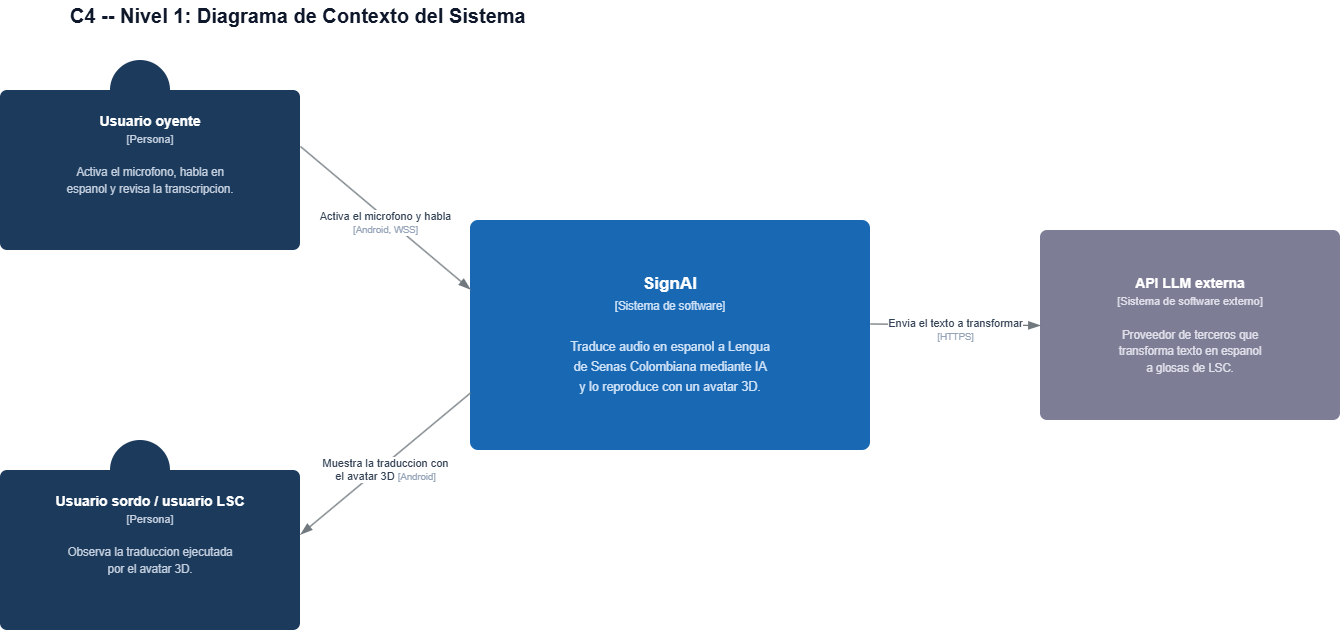
Before: docs/diagrams/sdd-c4-1-contexto.drawio.png, a diagram exported from draw.io (sign-ai-organization/signall-backend). Source tidied: cells renumbered, new cells last; positions are measured from the earlier drawing's top-left corner, leaving out a move shared by most shapes. The source it was exported from:
```xml
<mxGraphModel>
  <root>
    <mxCell id="0" />
    <mxCell id="1" parent="0" />
    <mxCell id="2" value="C4 -- Nivel 1: Diagrama de Contexto del Sistema" style="text;html=1;align=left;verticalAlign=middle;fontSize=20;fontStyle=1;fontColor=#0f172a;fontFamily=Helvetica;" parent="1" vertex="1">
      <mxGeometry x="68" width="700" height="30" as="geometry" />
    </mxCell>
    <mxCell id="3" style="ellipse;whiteSpace=wrap;html=1;fillColor=#1b3a5c;strokeColor=none;" parent="1" vertex="1">
      <mxGeometry x="110" y="60" width="60" height="60" as="geometry" />
    </mxCell>
    <mxCell id="4" value="&lt;b&gt;Usuario oyente&lt;/b&gt;&lt;br&gt;&lt;font style=&quot;font-size:11px;color:#c3cede;&quot;&gt;[Persona]&lt;/font&gt;&lt;br&gt;&lt;br&gt;&lt;font style=&quot;font-size:11.5px;color:#c3cede;&quot;&gt;Activa el microfono, habla en&lt;br&gt;espanol y revisa la transcripcion.&lt;/font&gt;" style="rounded=1;absoluteArcSize=1;arcSize=14;whiteSpace=wrap;html=1;fillColor=#1b3a5c;strokeColor=none;fontColor=#ffffff;align=center;verticalAlign=top;fontSize=14;spacingTop=16;fontFamily=Helvetica;" parent="1" vertex="1">
      <mxGeometry y="90" width="300" height="160" as="geometry" />
    </mxCell>
    <mxCell id="5" style="ellipse;whiteSpace=wrap;html=1;fillColor=#1b3a5c;strokeColor=none;" parent="1" vertex="1">
      <mxGeometry x="110" y="440" width="60" height="60" as="geometry" />
    </mxCell>
    <mxCell id="6" value="&lt;b&gt;Usuario sordo / usuario LSC&lt;/b&gt;&lt;br&gt;&lt;font style=&quot;font-size:11px;color:#c3cede;&quot;&gt;[Persona]&lt;/font&gt;&lt;br&gt;&lt;br&gt;&lt;font style=&quot;font-size:11.5px;color:#c3cede;&quot;&gt;Observa la traduccion ejecutada&lt;br&gt;por el avatar 3D.&lt;/font&gt;" style="rounded=1;absoluteArcSize=1;arcSize=14;whiteSpace=wrap;html=1;fillColor=#1b3a5c;strokeColor=none;fontColor=#ffffff;align=center;verticalAlign=top;fontSize=14;spacingTop=16;fontFamily=Helvetica;" parent="1" vertex="1">
      <mxGeometry y="470" width="300" height="160" as="geometry" />
    </mxCell>
    <mxCell id="7" value="&lt;b&gt;SignAI&lt;/b&gt;&lt;br&gt;&lt;font style=&quot;font-size:11.5px;color:#cfe2f7;&quot;&gt;[Sistema de software]&lt;/font&gt;&lt;br&gt;&lt;br&gt;&lt;font style=&quot;font-size:12.5px;color:#cfe2f7;&quot;&gt;Traduce audio en espanol a Lengua&lt;br&gt;de Senas Colombiana mediante IA&lt;br&gt;y lo reproduce con un avatar 3D.&lt;/font&gt;" style="rounded=1;absoluteArcSize=1;arcSize=16;whiteSpace=wrap;html=1;fillColor=#1868b3;strokeColor=none;fontColor=#ffffff;align=center;verticalAlign=middle;fontSize=17;spacing=8;fontFamily=Helvetica;" parent="1" vertex="1">
      <mxGeometry x="470" y="220" width="400" height="230" as="geometry" />
    </mxCell>
    <mxCell id="8" value="&lt;b&gt;API LLM externa&lt;/b&gt;&lt;br&gt;&lt;font style=&quot;font-size:11px;color:#e0e0ea;&quot;&gt;[Sistema de software externo]&lt;/font&gt;&lt;br&gt;&lt;br&gt;&lt;font style=&quot;font-size:11.5px;color:#e0e0ea;&quot;&gt;Proveedor de terceros que&lt;br&gt;transforma texto en espanol&lt;br&gt;a glosas de LSC.&lt;/font&gt;" style="rounded=1;absoluteArcSize=1;arcSize=14;whiteSpace=wrap;html=1;fillColor=#7d7d96;strokeColor=none;fontColor=#ffffff;align=center;verticalAlign=middle;fontSize=14;spacing=8;fontFamily=Helvetica;" parent="1" vertex="1">
      <mxGeometry x="1040" y="230" width="300" height="190" as="geometry" />
    </mxCell>
    <mxCell id="9" value="Activa el microfono y habla&lt;br&gt;&lt;font style=&quot;font-size:9.5px;color:#94a3b8;&quot;&gt;[Android, WSS]&lt;/font&gt;" style="html=1;endArrow=blockThin;endFill=1;endSize=9;rounded=0;strokeColor=#71797e;strokeWidth=1.3;fontSize=11;fontColor=#334155;align=center;verticalAlign=top;exitX=1;exitY=0.35;exitDx=0;exitDy=0;entryX=0;entryY=0.3;entryDx=0;entryDy=0;" parent="1" edge="1" source="4" target="7">
      <mxGeometry relative="1" as="geometry">
        <mxPoint y="-14" as="offset" />
      </mxGeometry>
    </mxCell>
    <mxCell id="10" value="Muestra la traduccion con&lt;br&gt;el avatar 3D &lt;font style=&quot;font-size:9.5px;color:#94a3b8;&quot;&gt;[Android]&lt;/font&gt;" style="html=1;endArrow=blockThin;endFill=1;endSize=9;rounded=0;strokeColor=#71797e;strokeWidth=1.3;fontSize=11;fontColor=#334155;align=center;verticalAlign=top;exitX=0;exitY=0.75;exitDx=0;exitDy=0;entryX=1;entryY=0.4;entryDx=0;entryDy=0;" parent="1" edge="1" source="7" target="6">
      <mxGeometry relative="1" as="geometry">
        <mxPoint y="-14" as="offset" />
      </mxGeometry>
    </mxCell>
    <mxCell id="11" value="Envia el texto a transformar&lt;br&gt;&lt;font style=&quot;font-size:9.5px;color:#94a3b8;&quot;&gt;[HTTPS]&lt;/font&gt;" style="html=1;endArrow=blockThin;endFill=1;endSize=9;rounded=0;strokeColor=#71797e;strokeWidth=1.3;fontSize=11;fontColor=#334155;align=center;verticalAlign=top;exitX=1;exitY=0.45;exitDx=0;exitDy=0;entryX=0;entryY=0.5;entryDx=0;entryDy=0;" parent="1" edge="1" source="7" target="8">
      <mxGeometry relative="1" as="geometry">
        <mxPoint y="-14" as="offset" />
      </mxGeometry>
    </mxCell>
  </root>
</mxGraphModel>
```
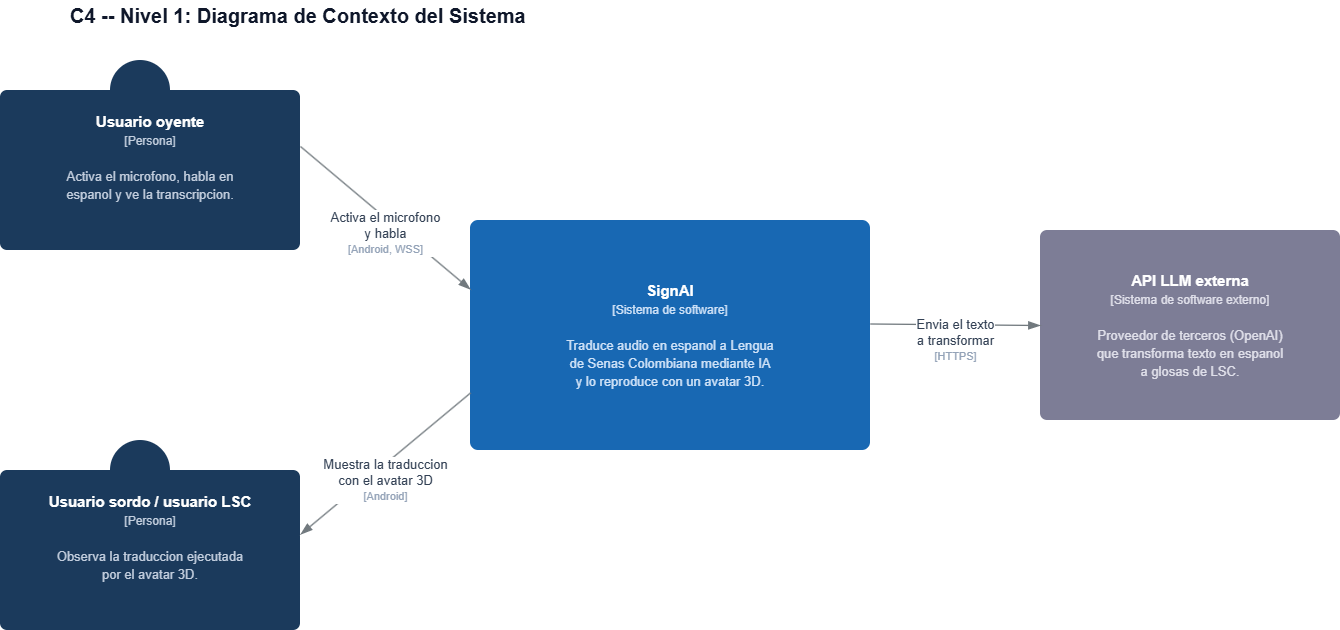
The same diagram one commit later.

What changed in the source:
```diff
@@ -8,32 +8,32 @@
     <mxCell id="3" style="ellipse;whiteSpace=wrap;html=1;fillColor=#1b3a5c;strokeColor=none;" parent="1" vertex="1">
       <mxGeometry x="110" y="60" width="60" height="60" as="geometry" />
     </mxCell>
-    <mxCell id="4" value="&lt;b&gt;Usuario oyente&lt;/b&gt;&lt;br&gt;&lt;font style=&quot;font-size:11px;color:#c3cede;&quot;&gt;[Persona]&lt;/font&gt;&lt;br&gt;&lt;br&gt;&lt;font style=&quot;font-size:11.5px;color:#c3cede;&quot;&gt;Activa el microfono, habla en&lt;br&gt;espanol y revisa la transcripcion.&lt;/font&gt;" style="rounded=1;absoluteArcSize=1;arcSize=14;whiteSpace=wrap;html=1;fillColor=#1b3a5c;strokeColor=none;fontColor=#ffffff;align=center;verticalAlign=top;fontSize=14;spacingTop=16;fontFamily=Helvetica;" parent="1" vertex="1">
+    <mxCell id="4" value="&lt;b&gt;Usuario oyente&lt;/b&gt;&lt;br&gt;&lt;font style=&quot;font-size:12px;color:#c3cede;&quot;&gt;[Persona]&lt;/font&gt;&lt;br&gt;&lt;br&gt;&lt;font style=&quot;font-size:13px;color:#c3cede;&quot;&gt;Activa el microfono, habla en&lt;br&gt;espanol y ve la transcripcion.&lt;/font&gt;" style="rounded=1;absoluteArcSize=1;arcSize=14;whiteSpace=wrap;html=1;fillColor=#1b3a5c;strokeColor=none;fontColor=#ffffff;align=center;verticalAlign=top;fontSize=15;spacingTop=16;fontFamily=Helvetica;" parent="1" vertex="1">
       <mxGeometry y="90" width="300" height="160" as="geometry" />
     </mxCell>
     <mxCell id="5" style="ellipse;whiteSpace=wrap;html=1;fillColor=#1b3a5c;strokeColor=none;" parent="1" vertex="1">
       <mxGeometry x="110" y="440" width="60" height="60" as="geometry" />
     </mxCell>
-    <mxCell id="6" value="&lt;b&gt;Usuario sordo / usuario LSC&lt;/b&gt;&lt;br&gt;&lt;font style=&quot;font-size:11px;color:#c3cede;&quot;&gt;[Persona]&lt;/font&gt;&lt;br&gt;&lt;br&gt;&lt;font style=&quot;font-size:11.5px;color:#c3cede;&quot;&gt;Observa la traduccion ejecutada&lt;br&gt;por el avatar 3D.&lt;/font&gt;" style="rounded=1;absoluteArcSize=1;arcSize=14;whiteSpace=wrap;html=1;fillColor=#1b3a5c;strokeColor=none;fontColor=#ffffff;align=center;verticalAlign=top;fontSize=14;spacingTop=16;fontFamily=Helvetica;" parent="1" vertex="1">
+    <mxCell id="6" value="&lt;b&gt;Usuario sordo / usuario LSC&lt;/b&gt;&lt;br&gt;&lt;font style=&quot;font-size:12px;color:#c3cede;&quot;&gt;[Persona]&lt;/font&gt;&lt;br&gt;&lt;br&gt;&lt;font style=&quot;font-size:13px;color:#c3cede;&quot;&gt;Observa la traduccion ejecutada&lt;br&gt;por el avatar 3D.&lt;/font&gt;" style="rounded=1;absoluteArcSize=1;arcSize=14;whiteSpace=wrap;html=1;fillColor=#1b3a5c;strokeColor=none;fontColor=#ffffff;align=center;verticalAlign=top;fontSize=15;spacingTop=16;fontFamily=Helvetica;" parent="1" vertex="1">
       <mxGeometry y="470" width="300" height="160" as="geometry" />
     </mxCell>
-    <mxCell id="7" value="&lt;b&gt;SignAI&lt;/b&gt;&lt;br&gt;&lt;font style=&quot;font-size:11.5px;color:#cfe2f7;&quot;&gt;[Sistema de software]&lt;/font&gt;&lt;br&gt;&lt;br&gt;&lt;font style=&quot;font-size:12.5px;color:#cfe2f7;&quot;&gt;Traduce audio en espanol a Lengua&lt;br&gt;de Senas Colombiana mediante IA&lt;br&gt;y lo reproduce con un avatar 3D.&lt;/font&gt;" style="rounded=1;absoluteArcSize=1;arcSize=16;whiteSpace=wrap;html=1;fillColor=#1868b3;strokeColor=none;fontColor=#ffffff;align=center;verticalAlign=middle;fontSize=17;spacing=8;fontFamily=Helvetica;" parent="1" vertex="1">
+    <mxCell id="7" value="&lt;b&gt;SignAI&lt;/b&gt;&lt;br&gt;&lt;font style=&quot;font-size:12px;color:#cfe2f7;&quot;&gt;[Sistema de software]&lt;/font&gt;&lt;br&gt;&lt;br&gt;&lt;font style=&quot;font-size:13px;color:#cfe2f7;&quot;&gt;Traduce audio en espanol a Lengua&lt;br&gt;de Senas Colombiana mediante IA&lt;br&gt;y lo reproduce con un avatar 3D.&lt;/font&gt;" style="rounded=1;absoluteArcSize=1;arcSize=16;whiteSpace=wrap;html=1;fillColor=#1868b3;strokeColor=none;fontColor=#ffffff;align=center;verticalAlign=middle;fontSize=15;spacing=8;fontFamily=Helvetica;" parent="1" vertex="1">
       <mxGeometry x="470" y="220" width="400" height="230" as="geometry" />
     </mxCell>
-    <mxCell id="8" value="&lt;b&gt;API LLM externa&lt;/b&gt;&lt;br&gt;&lt;font style=&quot;font-size:11px;color:#e0e0ea;&quot;&gt;[Sistema de software externo]&lt;/font&gt;&lt;br&gt;&lt;br&gt;&lt;font style=&quot;font-size:11.5px;color:#e0e0ea;&quot;&gt;Proveedor de terceros que&lt;br&gt;transforma texto en espanol&lt;br&gt;a glosas de LSC.&lt;/font&gt;" style="rounded=1;absoluteArcSize=1;arcSize=14;whiteSpace=wrap;html=1;fillColor=#7d7d96;strokeColor=none;fontColor=#ffffff;align=center;verticalAlign=middle;fontSize=14;spacing=8;fontFamily=Helvetica;" parent="1" vertex="1">
+    <mxCell id="8" value="&lt;b&gt;API LLM externa&lt;/b&gt;&lt;br&gt;&lt;font style=&quot;font-size:12px;color:#e0e0ea;&quot;&gt;[Sistema de software externo]&lt;/font&gt;&lt;br&gt;&lt;br&gt;&lt;font style=&quot;font-size:13px;color:#e0e0ea;&quot;&gt;Proveedor de terceros (OpenAI)&lt;br&gt;que transforma texto en espanol&lt;br&gt;a glosas de LSC.&lt;/font&gt;" style="rounded=1;absoluteArcSize=1;arcSize=14;whiteSpace=wrap;html=1;fillColor=#7d7d96;strokeColor=none;fontColor=#ffffff;align=center;verticalAlign=middle;fontSize=15;spacing=8;fontFamily=Helvetica;" parent="1" vertex="1">
       <mxGeometry x="1040" y="230" width="300" height="190" as="geometry" />
     </mxCell>
-    <mxCell id="9" value="Activa el microfono y habla&lt;br&gt;&lt;font style=&quot;font-size:9.5px;color:#94a3b8;&quot;&gt;[Android, WSS]&lt;/font&gt;" style="html=1;endArrow=blockThin;endFill=1;endSize=9;rounded=0;strokeColor=#71797e;strokeWidth=1.3;fontSize=11;fontColor=#334155;align=center;verticalAlign=top;exitX=1;exitY=0.35;exitDx=0;exitDy=0;entryX=0;entryY=0.3;entryDx=0;entryDy=0;" parent="1" edge="1" source="4" target="7">
+    <mxCell id="9" value="Activa el microfono&lt;br&gt;y habla&lt;br&gt;&lt;font style=&quot;font-size:11px;color:#94a3b8;&quot;&gt;[Android, WSS]&lt;/font&gt;" style="html=1;endArrow=blockThin;endFill=1;endSize=9;rounded=0;strokeColor=#71797e;strokeWidth=1.3;fontSize=13;fontColor=#334155;align=center;verticalAlign=top;exitX=1;exitY=0.35;exitDx=0;exitDy=0;entryX=0;entryY=0.3;entryDx=0;entryDy=0;" parent="1" edge="1" source="4" target="7">
       <mxGeometry relative="1" as="geometry">
         <mxPoint y="-14" as="offset" />
       </mxGeometry>
     </mxCell>
-    <mxCell id="10" value="Muestra la traduccion con&lt;br&gt;el avatar 3D &lt;font style=&quot;font-size:9.5px;color:#94a3b8;&quot;&gt;[Android]&lt;/font&gt;" style="html=1;endArrow=blockThin;endFill=1;endSize=9;rounded=0;strokeColor=#71797e;strokeWidth=1.3;fontSize=11;fontColor=#334155;align=center;verticalAlign=top;exitX=0;exitY=0.75;exitDx=0;exitDy=0;entryX=1;entryY=0.4;entryDx=0;entryDy=0;" parent="1" edge="1" source="7" target="6">
+    <mxCell id="10" value="Muestra la traduccion&lt;br&gt;con el avatar 3D&lt;br&gt;&lt;font style=&quot;font-size:11px;color:#94a3b8;&quot;&gt;[Android]&lt;/font&gt;" style="html=1;endArrow=blockThin;endFill=1;endSize=9;rounded=0;strokeColor=#71797e;strokeWidth=1.3;fontSize=13;fontColor=#334155;align=center;verticalAlign=top;exitX=0;exitY=0.75;exitDx=0;exitDy=0;entryX=1;entryY=0.4;entryDx=0;entryDy=0;" parent="1" edge="1" source="7" target="6">
       <mxGeometry relative="1" as="geometry">
         <mxPoint y="-14" as="offset" />
       </mxGeometry>
     </mxCell>
-    <mxCell id="11" value="Envia el texto a transformar&lt;br&gt;&lt;font style=&quot;font-size:9.5px;color:#94a3b8;&quot;&gt;[HTTPS]&lt;/font&gt;" style="html=1;endArrow=blockThin;endFill=1;endSize=9;rounded=0;strokeColor=#71797e;strokeWidth=1.3;fontSize=11;fontColor=#334155;align=center;verticalAlign=top;exitX=1;exitY=0.45;exitDx=0;exitDy=0;entryX=0;entryY=0.5;entryDx=0;entryDy=0;" parent="1" edge="1" source="7" target="8">
+    <mxCell id="11" value="Envia el texto&lt;br&gt;a transformar&lt;br&gt;&lt;font style=&quot;font-size:11px;color:#94a3b8;&quot;&gt;[HTTPS]&lt;/font&gt;" style="html=1;endArrow=blockThin;endFill=1;endSize=9;rounded=0;strokeColor=#71797e;strokeWidth=1.3;fontSize=13;fontColor=#334155;align=center;verticalAlign=top;exitX=1;exitY=0.45;exitDx=0;exitDy=0;entryX=0;entryY=0.5;entryDx=0;entryDy=0;" parent="1" edge="1" source="7" target="8">
       <mxGeometry relative="1" as="geometry">
         <mxPoint y="-14" as="offset" />
       </mxGeometry>
```
